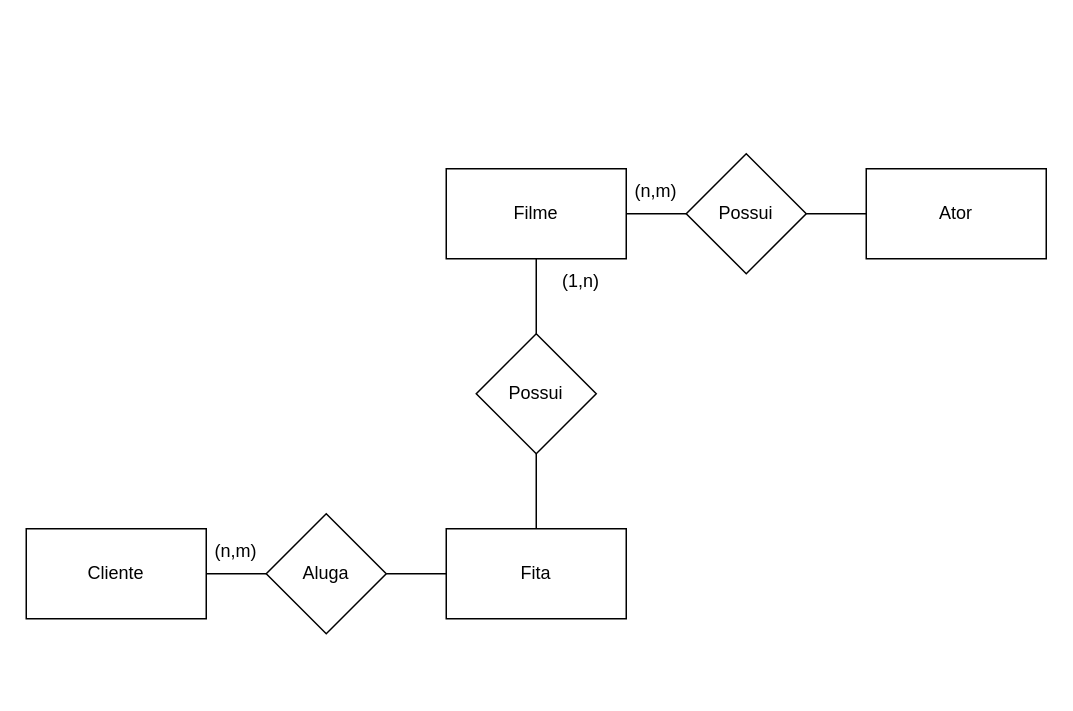
Earlier version of the draw.io diagram Lista1_28-03/Ex2.drawio (andreeeeeeeee/Engenharia_Software). Source tidied: cells renumbered, new cells numbered last; positions are measured from the earlier drawing's top-left corner, leaving out a move shared by most shapes. Both pictures are drawn from the tidied source at 150%, with x=0, y=0 at pixel (26, 153).
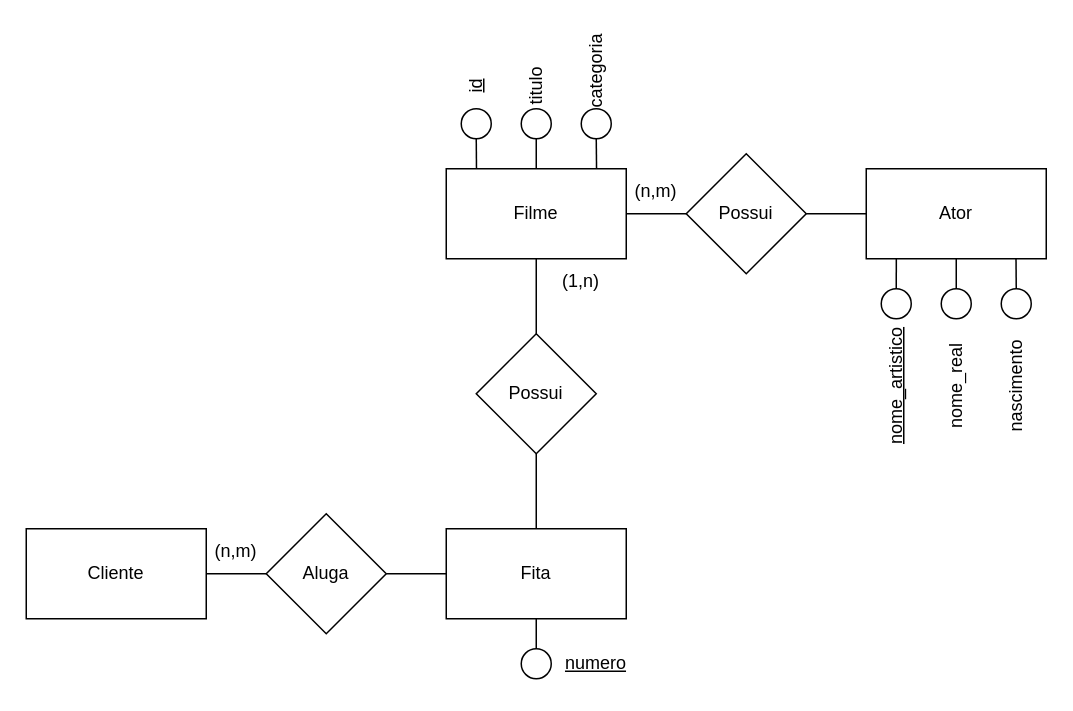
After the change.

Unchanged cells that the change refers to:
```xml
<mxCell id="4" value="Filme" style="rounded=0;whiteSpace=wrap;html=1;" parent="1" vertex="1">
  <mxGeometry x="280" y="10" width="120" height="60" as="geometry" />
</mxCell>
<mxCell id="14" value="Ator" style="rounded=0;whiteSpace=wrap;html=1;" parent="1" vertex="1">
  <mxGeometry x="560" y="10" width="120" height="60" as="geometry" />
</mxCell>
```

What changed in the source:
```diff
@@
+    <mxCell id="18" style="ellipse;whiteSpace=wrap;html=1;" parent="1" vertex="1">
+      <mxGeometry x="330" y="330" width="20" height="20" as="geometry" />
+    </mxCell>
+    <mxCell id="19" style="endArrow=none;html=1;rounded=0;exitX=0.5;exitY=0;exitDx=0;exitDy=0;" parent="1" edge="1" source="18">
+      <mxGeometry relative="1" as="geometry">
+        <mxPoint x="340" y="310" as="targetPoint" />
+      </mxGeometry>
+    </mxCell>
+    <mxCell id="20" value="&lt;u&gt;numero&lt;/u&gt;" style="text;html=1;strokeColor=none;fillColor=none;align=center;verticalAlign=middle;whiteSpace=wrap;rounded=0;rotation=0;" parent="1" vertex="1">
+      <mxGeometry x="350" y="325" width="60" height="30" as="geometry" />
+    </mxCell>
+    <mxCell id="21" style="ellipse;whiteSpace=wrap;html=1;" parent="1" vertex="1">
+      <mxGeometry x="570" y="90" width="20" height="20" as="geometry" />
+    </mxCell>
+    <mxCell id="22" style="ellipse;whiteSpace=wrap;html=1;" parent="1" vertex="1">
+      <mxGeometry x="650" y="90" width="20" height="20" as="geometry" />
+    </mxCell>
+    <mxCell id="23" style="ellipse;whiteSpace=wrap;html=1;" parent="1" vertex="1">
+      <mxGeometry x="610" y="90" width="20" height="20" as="geometry" />
+    </mxCell>
+    <mxCell id="24" style="endArrow=none;html=1;rounded=0;exitX=0.5;exitY=0;exitDx=0;exitDy=0;entryX=0.167;entryY=1.002;entryDx=0;entryDy=0;entryPerimeter=0;" parent="1" edge="1" source="21" target="14">
+      <mxGeometry relative="1" as="geometry" />
+    </mxCell>
+    <mxCell id="25" style="endArrow=none;html=1;rounded=0;exitX=0.5;exitY=0;exitDx=0;exitDy=0;entryX=0.5;entryY=1;entryDx=0;entryDy=0;" parent="1" edge="1" source="23" target="14">
+      <mxGeometry relative="1" as="geometry" />
+    </mxCell>
+    <mxCell id="26" style="endArrow=none;html=1;rounded=0;exitX=0.5;exitY=0;exitDx=0;exitDy=0;entryX=0.832;entryY=0.997;entryDx=0;entryDy=0;entryPerimeter=0;" parent="1" edge="1" source="22" target="14">
+      <mxGeometry relative="1" as="geometry" />
+    </mxCell>
+    <mxCell id="27" value="&lt;u&gt;nome_artistico&lt;/u&gt;" style="text;html=1;strokeColor=none;fillColor=none;align=center;verticalAlign=middle;whiteSpace=wrap;rounded=0;rotation=-90;" parent="1" vertex="1">
+      <mxGeometry x="550" y="140" width="60" height="30" as="geometry" />
+    </mxCell>
+    <mxCell id="28" value="nome_real" style="text;html=1;strokeColor=none;fillColor=none;align=center;verticalAlign=middle;whiteSpace=wrap;rounded=0;rotation=-90;" parent="1" vertex="1">
+      <mxGeometry x="590" y="140" width="60" height="30" as="geometry" />
+    </mxCell>
+    <mxCell id="29" value="nascimento" style="text;html=1;strokeColor=none;fillColor=none;align=center;verticalAlign=middle;whiteSpace=wrap;rounded=0;rotation=-90;" parent="1" vertex="1">
+      <mxGeometry x="630" y="140" width="60" height="30" as="geometry" />
+    </mxCell>
+    <mxCell id="30" style="ellipse;whiteSpace=wrap;html=1;" parent="1" vertex="1">
+      <mxGeometry x="290" y="-30" width="20" height="20" as="geometry" />
+    </mxCell>
+    <mxCell id="31" style="ellipse;whiteSpace=wrap;html=1;" parent="1" vertex="1">
+      <mxGeometry x="370" y="-30" width="20" height="20" as="geometry" />
+    </mxCell>
+    <mxCell id="32" style="ellipse;whiteSpace=wrap;html=1;" parent="1" vertex="1">
+      <mxGeometry x="330" y="-30" width="20" height="20" as="geometry" />
+    </mxCell>
+    <mxCell id="33" style="endArrow=none;html=1;rounded=0;exitX=0.5;exitY=1;exitDx=0;exitDy=0;entryX=0.5;entryY=0;entryDx=0;entryDy=0;" parent="1" edge="1" source="32" target="4">
+      <mxGeometry relative="1" as="geometry" />
+    </mxCell>
+    <mxCell id="34" style="endArrow=none;html=1;rounded=0;exitX=0.835;exitY=0.001;exitDx=0;exitDy=0;exitPerimeter=0;entryX=0.5;entryY=1;entryDx=0;entryDy=0;" parent="1" edge="1" source="4" target="31">
+      <mxGeometry relative="1" as="geometry" />
+    </mxCell>
+    <mxCell id="35" style="endArrow=none;html=1;rounded=0;entryX=0.5;entryY=1;entryDx=0;entryDy=0;exitX=0.168;exitY=-0.002;exitDx=0;exitDy=0;exitPerimeter=0;" parent="1" edge="1" source="4" target="30">
+      <mxGeometry relative="1" as="geometry" />
+    </mxCell>
+    <mxCell id="36" value="titulo" style="text;html=1;strokeColor=none;fillColor=none;align=center;verticalAlign=middle;whiteSpace=wrap;rounded=0;rotation=-90;" parent="1" vertex="1">
+      <mxGeometry x="310" y="-60" width="60" height="30" as="geometry" />
+    </mxCell>
+    <mxCell id="37" value="&lt;u&gt;id&lt;/u&gt;" style="text;html=1;strokeColor=none;fillColor=none;align=center;verticalAlign=middle;whiteSpace=wrap;rounded=0;rotation=-90;" parent="1" vertex="1">
+      <mxGeometry x="270" y="-60" width="60" height="30" as="geometry" />
+    </mxCell>
+    <mxCell id="38" value="categoria" style="text;html=1;strokeColor=none;fillColor=none;align=center;verticalAlign=middle;whiteSpace=wrap;rounded=0;rotation=-90;" parent="1" vertex="1">
+      <mxGeometry x="350" y="-70" width="60" height="30" as="geometry" />
+    </mxCell>
```
